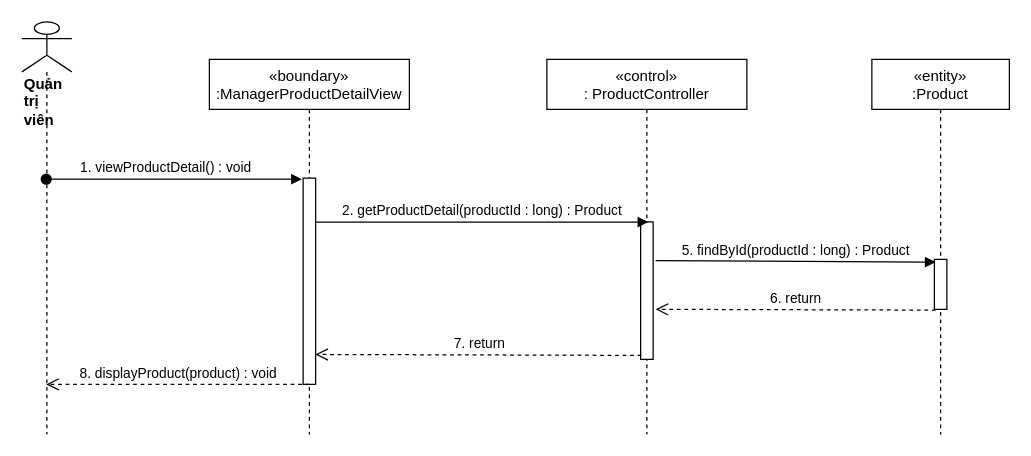
Above: sequence diagram/view-ProductDetail-manager-sequence.drawio in nguyenphamvan/datn_20202 (draw.io), before the change. Source tidied: cells renumbered, new cells numbered last; positions are measured from the earlier drawing's top-left corner, leaving out a move shared by most shapes. Both pictures are drawn from the tidied source at 125%, with x=0, y=0 at pixel (21, 21).
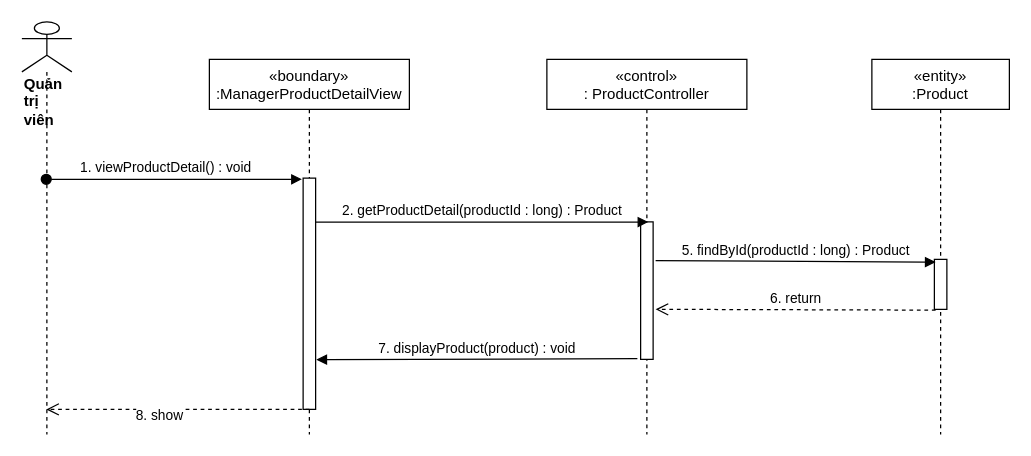
The same page after the edit.

The edit, as a diff of the source:
```diff
@@
 <mxGraphModel>
   <root>
     <mxCell id="0" />
     <mxCell id="1" parent="0" />
     <mxCell id="2" value="«boundary»&#10;:ManagerProductDetailView" style="shape=umlLifeline;perimeter=lifelinePerimeter;rounded=0;shadow=0;strokeWidth=1;" parent="1" vertex="1">
       <mxGeometry x="150" y="30" width="160" height="300" as="geometry" />
     </mxCell>
     <mxCell id="3" style="points=[];perimeter=orthogonalPerimeter;rounded=0;shadow=0;strokeWidth=1;" parent="2" vertex="1">
-      <mxGeometry x="75" y="95" width="10" height="165" as="geometry" />
+      <mxGeometry x="75" y="95" width="10" height="185" as="geometry" />
     </mxCell>
     <mxCell id="4" value="«control»&#10;: ProductController" style="shape=umlLifeline;perimeter=lifelinePerimeter;rounded=0;shadow=0;strokeWidth=1;" parent="1" vertex="1">
       <mxGeometry x="420" y="30" width="160" height="300" as="geometry" />
     </mxCell>
     <mxCell id="5" style="points=[];perimeter=orthogonalPerimeter;rounded=0;shadow=0;strokeWidth=1;" parent="4" vertex="1">
       <mxGeometry x="75" y="130" width="10" height="110" as="geometry" />
     </mxCell>
     <mxCell id="6" value="&lt;div&gt;&lt;b&gt;Quản trị viên&lt;/b&gt;&lt;/div&gt;" style="shape=umlLifeline;participant=umlActor;perimeter=lifelinePerimeter;whiteSpace=wrap;html=1;verticalAlign=top;spacingTop=36;outlineConnect=0;align=left;size=40;" parent="1" vertex="1">
       <mxGeometry width="40" height="330" as="geometry" />
     </mxCell>
     <mxCell id="7" value="1. viewProductDetail() : void" style="verticalAlign=bottom;startArrow=oval;endArrow=block;startSize=8;shadow=0;strokeWidth=1;entryX=-0.1;entryY=0.005;entryDx=0;entryDy=0;entryPerimeter=0;" parent="1" edge="1" source="6" target="3">
       <mxGeometry x="-0.06" relative="1" as="geometry" />
     </mxCell>
     <mxCell id="8" value="2. getProductDetail(productId : long) : Product" style="html=1;verticalAlign=bottom;endArrow=block;entryX=0.617;entryY=0.001;entryDx=0;entryDy=0;entryPerimeter=0;" parent="1" edge="1" source="3" target="5">
       <mxGeometry relative="1" as="geometry" />
     </mxCell>
     <mxCell id="9" value="«entity»&#10;:Product" style="shape=umlLifeline;perimeter=lifelinePerimeter;rounded=0;shadow=0;strokeWidth=1;" parent="1" vertex="1">
       <mxGeometry x="680" y="30" width="110" height="300" as="geometry" />
     </mxCell>
     <mxCell id="10" style="points=[];perimeter=orthogonalPerimeter;rounded=0;shadow=0;strokeWidth=1;" parent="9" vertex="1">
       <mxGeometry x="50" y="160" width="10" height="40" as="geometry" />
     </mxCell>
     <mxCell id="11" value="5. findById(productId : long) : Product" style="html=1;verticalAlign=bottom;endArrow=block;entryX=0.1;entryY=0.055;entryDx=0;entryDy=0;entryPerimeter=0;exitX=1.2;exitY=0.282;exitDx=0;exitDy=0;exitPerimeter=0;" parent="1" edge="1" source="5" target="10">
       <mxGeometry relative="1" as="geometry" />
     </mxCell>
     <mxCell id="12" value="6. return" style="html=1;verticalAlign=bottom;endArrow=open;dashed=1;endSize=8;exitX=0.1;exitY=1.015;exitDx=0;exitDy=0;exitPerimeter=0;entryX=1.2;entryY=0.636;entryDx=0;entryDy=0;entryPerimeter=0;" parent="1" edge="1" source="10" target="5">
       <mxGeometry relative="1" as="geometry" />
     </mxCell>
+    <mxCell id="14" style="html=1;verticalAlign=bottom;endArrow=open;dashed=1;endSize=8;exitX=0.5;exitY=1;exitDx=0;exitDy=0;exitPerimeter=0;" parent="1" edge="1" source="3" target="6">
+      <mxGeometry relative="1" as="geometry" />
+    </mxCell>
+    <mxCell id="15" value="8. show" style="edgeLabel;html=1;align=center;verticalAlign=middle;" parent="14" vertex="1">
+      <mxGeometry x="0.15" y="4" relative="1" as="geometry" />
+    </mxCell>
-    <mxCell id="13" value="7. return" style="html=1;verticalAlign=bottom;endArrow=open;dashed=1;endSize=8;exitX=0.06;exitY=0.971;exitDx=0;exitDy=0;exitPerimeter=0;entryX=0.98;entryY=0.855;entryDx=0;entryDy=0;entryPerimeter=0;" parent="1" edge="1" source="5" target="3">
+    <mxCell id="13" value="7. displayProduct(product) : void" style="html=1;verticalAlign=bottom;endArrow=block;exitX=-0.26;exitY=0.995;exitDx=0;exitDy=0;exitPerimeter=0;entryX=1.06;entryY=0.785;entryDx=0;entryDy=0;entryPerimeter=0;" parent="1" edge="1" source="5" target="3">
       <mxGeometry relative="1" as="geometry" />
     </mxCell>
-    <mxCell id="14" value="8. displayProduct(product) : void" style="html=1;verticalAlign=bottom;endArrow=open;dashed=1;endSize=8;exitX=0.5;exitY=1;exitDx=0;exitDy=0;exitPerimeter=0;" parent="1" edge="1" source="3" target="6">
-      <mxGeometry relative="1" as="geometry" />
-    </mxCell>
   </root>
 </mxGraphModel>
```
